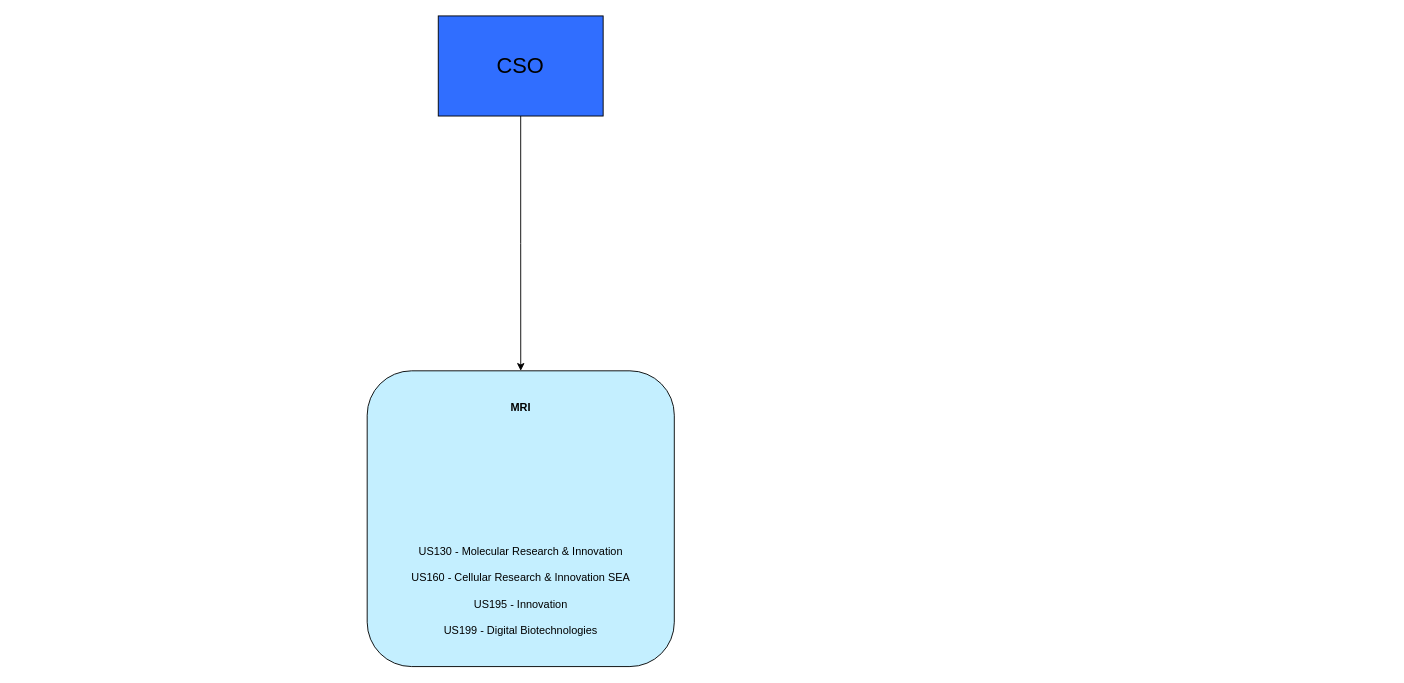
This is page "CSO" (5 of 6) of Adaptive_org_classification.drawio from PhoenixTagal/Haku, a draw.io file, before an edit. Source tidied: cells renumbered, new cells numbered last; positions are measured from the earlier drawing's top-left corner, leaving out a move shared by most shapes. Both pictures are drawn from the tidied source at 91%, with x=0, y=0 at pixel (367, 15).
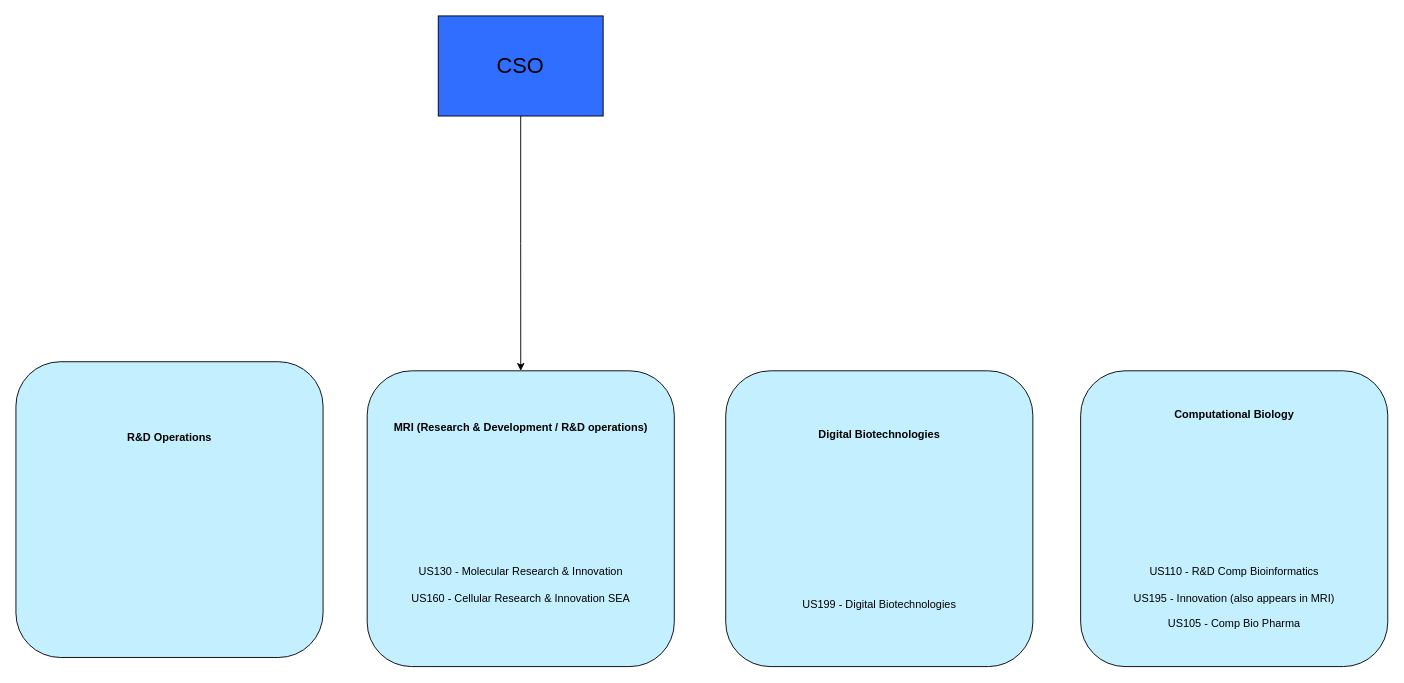
Above is the later version.

What changed in the source:
```diff
@@
 <mxGraphModel>
   <root>
     <mxCell id="0" />
     <mxCell id="1" parent="0" />
     <mxCell id="2" style="edgeStyle=orthogonalEdgeStyle;rounded=0;jettySize=auto;html=1;exitX=0.5;exitY=1;exitDx=0;exitDy=0;entryX=0.5;entryY=0;entryDx=0;entryDy=0;" parent="1" edge="1" source="3" target="4">
       <mxGeometry relative="1" as="geometry" />
     </mxCell>
     <mxCell id="3" value="&lt;font style=&quot;font-size: 24px;&quot;&gt;CSO&lt;/font&gt;" style="rounded=0;whiteSpace=wrap;html=1;fillColor=#306EFF;" parent="1" vertex="1">
       <mxGeometry x="78.1" width="181.2" height="110" as="geometry" />
     </mxCell>
-    <mxCell id="4" value="&lt;b&gt;MRI&lt;/b&gt;&lt;br&gt;&lt;br&gt;&lt;br&gt;&lt;br&gt;&lt;br&gt;&lt;br&gt;&lt;br&gt;&lt;br&gt;&lt;br&gt;&lt;br&gt;&lt;br&gt;US130 - Molecular Research &amp;amp; Innovation&lt;br&gt;&lt;br&gt;US160 - Cellular Research &amp;amp; Innovation SEA&lt;br&gt;&lt;br&gt;US195 - Innovation&lt;br&gt;&lt;br&gt;US199 - Digital Biotechnologies" style="rounded=1;whiteSpace=wrap;html=1;fillColor=#C4EFFF;" parent="1" vertex="1">
+    <mxCell id="4" value="&lt;b&gt;MRI (Research &amp;amp; Development / R&amp;amp;D operations)&lt;/b&gt;&lt;br&gt;&lt;br&gt;&lt;br&gt;&lt;br&gt;&lt;br&gt;&lt;br&gt;&lt;br&gt;&lt;br&gt;&lt;br&gt;&lt;br&gt;&lt;br&gt;US130 - Molecular Research &amp;amp; Innovation&lt;br&gt;&lt;br&gt;US160 - Cellular Research &amp;amp; Innovation SEA&lt;br&gt;&lt;br&gt;" style="rounded=1;whiteSpace=wrap;html=1;fillColor=#C4EFFF;" parent="1" vertex="1">
       <mxGeometry y="390" width="337.5" height="325" as="geometry" />
     </mxCell>
+    <mxCell id="5" value="&lt;b&gt;Digital Biotechnologies&lt;/b&gt;&lt;br&gt;&lt;br&gt;&lt;br&gt;&lt;br&gt;&lt;br&gt;&lt;br&gt;&lt;br&gt;&lt;br&gt;&lt;br&gt;&lt;br&gt;&lt;br&gt;&lt;br&gt;&lt;br&gt;US199 - Digital Biotechnologies" style="rounded=1;whiteSpace=wrap;html=1;fillColor=#C4EFFF;" parent="1" vertex="1">
+      <mxGeometry x="394" y="390" width="337.5" height="325" as="geometry" />
+    </mxCell>
+    <mxCell id="6" value="&lt;b&gt;Computational Biology&lt;/b&gt;&lt;br&gt;&lt;br&gt;&lt;br&gt;&lt;br&gt;&lt;br&gt;&lt;br&gt;&lt;br&gt;&lt;br&gt;&lt;br&gt;&lt;br&gt;&lt;br&gt;&lt;br&gt;US110 - R&amp;amp;D Comp Bioinformatics&lt;br&gt;&lt;br&gt;US195 - Innovation (also appears in MRI)&lt;br&gt;&lt;br&gt;US105 - Comp Bio Pharma" style="rounded=1;whiteSpace=wrap;html=1;fillColor=#C4EFFF;" parent="1" vertex="1">
+      <mxGeometry x="784" y="390" width="337.5" height="325" as="geometry" />
+    </mxCell>
+    <mxCell id="7" value="&lt;b&gt;R&amp;amp;D Operations&lt;/b&gt;&lt;br&gt;&lt;br&gt;&lt;br&gt;&lt;br&gt;&lt;br&gt;&lt;br&gt;&lt;br&gt;&lt;br&gt;&lt;br&gt;&lt;br&gt;&lt;br&gt;&lt;br&gt;" style="rounded=1;whiteSpace=wrap;html=1;fillColor=#C4EFFF;" parent="1" vertex="1">
+      <mxGeometry x="-386" y="380" width="337.5" height="325" as="geometry" />
+    </mxCell>
   </root>
 </mxGraphModel>
```
